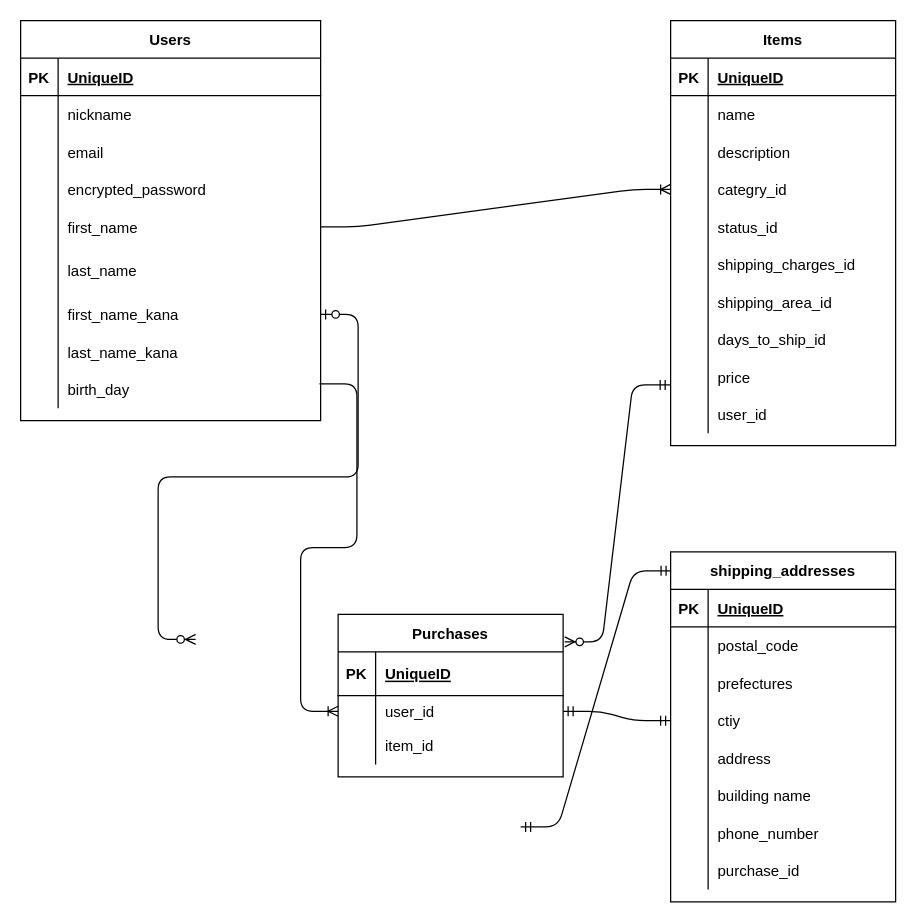
Earlier version of the draw.io diagram furima.dio (kandanaoki/furima-35832). Source tidied: cells renumbered, new cells numbered last; positions are measured from the earlier drawing's top-left corner, leaving out a move shared by most shapes. Both pictures are drawn from the tidied source at 125%, with x=0, y=0 at pixel (20, 20).
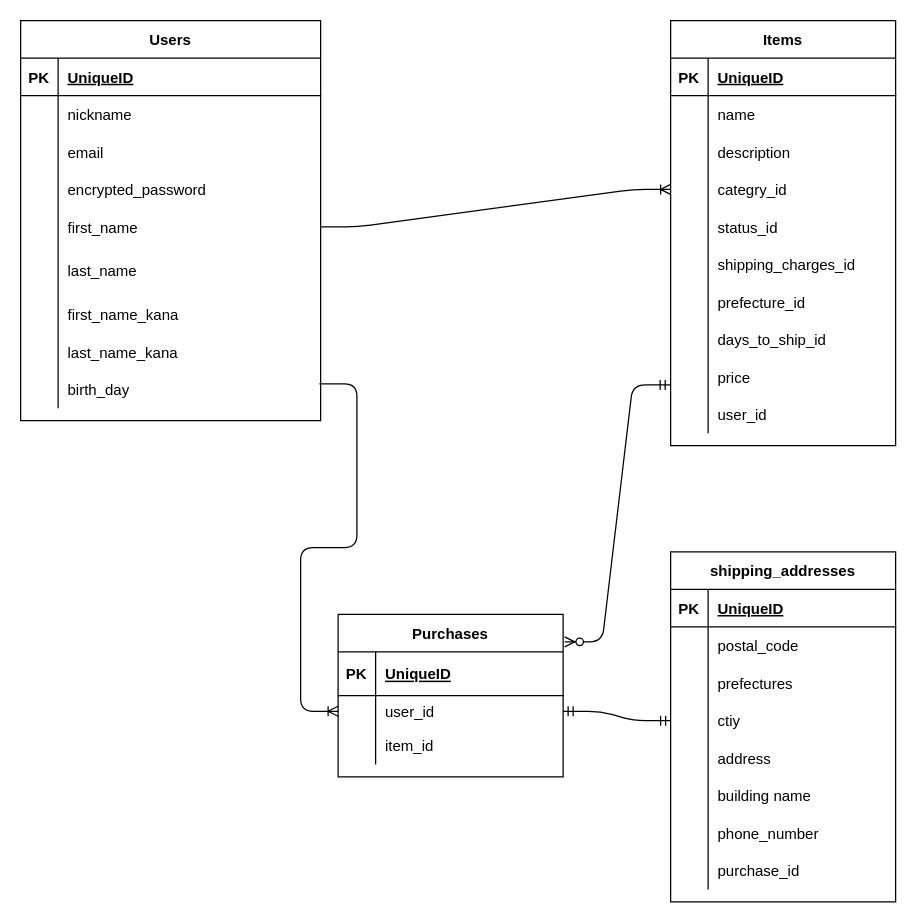
The same page after the edit.

Commit message (it also covers changes not shown here):
Active hashの修正

Unchanged cells that the change refers to:
```xml
<mxCell id="21" style="shape=partialRectangle;fillColor=none;top=0;left=0;bottom=0;right=0;" parent="2" vertex="1">
  <mxGeometry y="210" width="180" height="30" as="geometry" />
</mxCell>
<mxCell id="44" value="shipping_addresses" style="shape=table;startSize=30;childLayout=tableLayout;rowLines=0;fontStyle=1;align=center;" parent="1" vertex="1">
  <mxGeometry x="520" y="425" width="180" height="280" as="geometry" />
</mxCell>
<mxCell id="91" style="shape=partialRectangle;fillColor=none;top=0;left=0;bottom=0;right=0;points=[[0,0.5],[1,0.5]];portConstraint=eastwest;" parent="72" vertex="1">
  <mxGeometry y="220" width="240" height="30" as="geometry" />
</mxCell>
```

The edit, as a diff of the source:
```diff
@@
-    <mxCell id="23" value="shipping_area_id" style="shape=partialRectangle;fillColor=none;top=0;left=0;bottom=0;right=0;align=left;spacingLeft=6;overflow=hidden;" parent="21" vertex="1">
+    <mxCell id="23" value="prefecture_id" style="shape=partialRectangle;fillColor=none;top=0;left=0;bottom=0;right=0;align=left;spacingLeft=6;overflow=hidden;" parent="21" vertex="1">
       <mxGeometry x="30" width="150" height="30" as="geometry" />
     </mxCell>
@@
-    <mxCell id="43" style="edgeStyle=entityRelationEdgeStyle;fontSize=12;html=1;endArrow=ERzeroToMany;startArrow=ERzeroToOne;entryX=0;entryY=0.5;entryDx=0;entryDy=0;exitX=1;exitY=0.5;exitDx=0;exitDy=0;" parent="1" edge="1" source="91">
-      <mxGeometry relative="1" as="geometry">
-        <mxPoint x="140" y="495" as="targetPoint" />
-      </mxGeometry>
-    </mxCell>
@@
-    <mxCell id="69" style="edgeStyle=entityRelationEdgeStyle;fontSize=12;html=1;endArrow=ERmandOne;startArrow=ERmandOne;exitX=1;exitY=0.5;exitDx=0;exitDy=0;entryX=0.002;entryY=0.054;entryDx=0;entryDy=0;entryPerimeter=0;" parent="1" edge="1" target="44">
-      <mxGeometry relative="1" as="geometry">
-        <mxPoint x="400" y="645" as="sourcePoint" />
-      </mxGeometry>
-    </mxCell>
```
